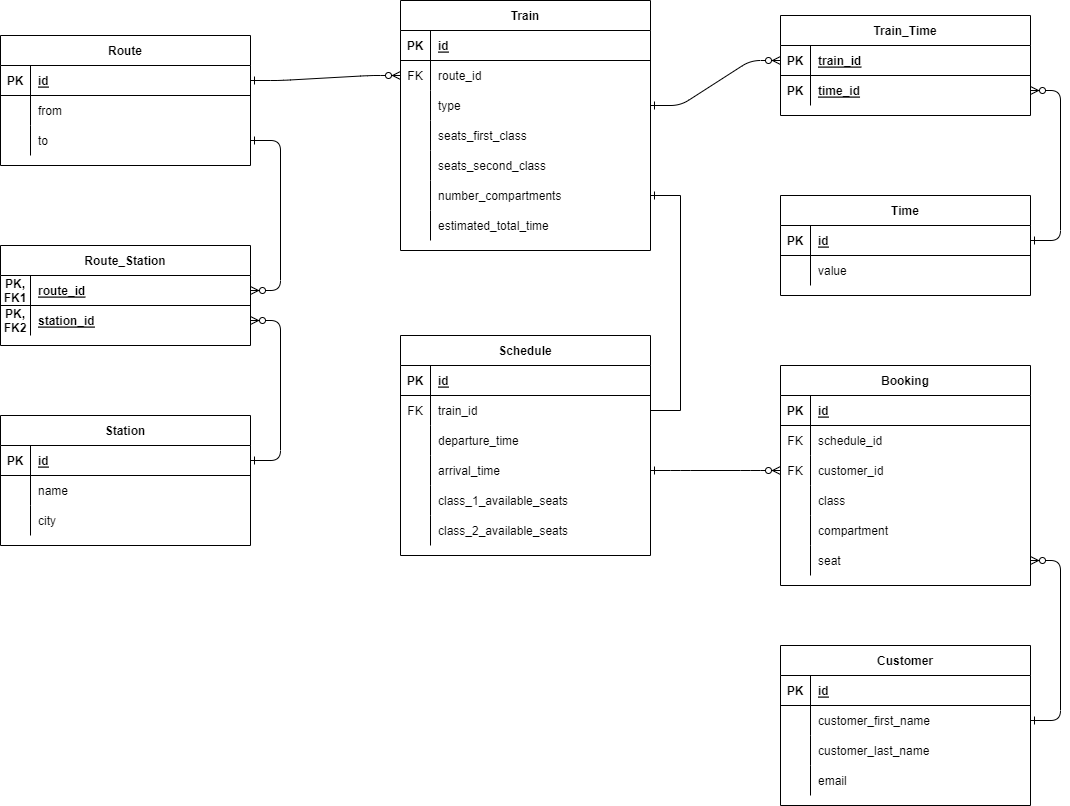
Before: diagrams/railways.png, a diagram exported from draw.io (DiaconuAndr3i/RailwaysManagementSystem). Source tidied: cells renumbered, new cells last; positions are measured from the earlier drawing's top-left corner, leaving out a move shared by most shapes.
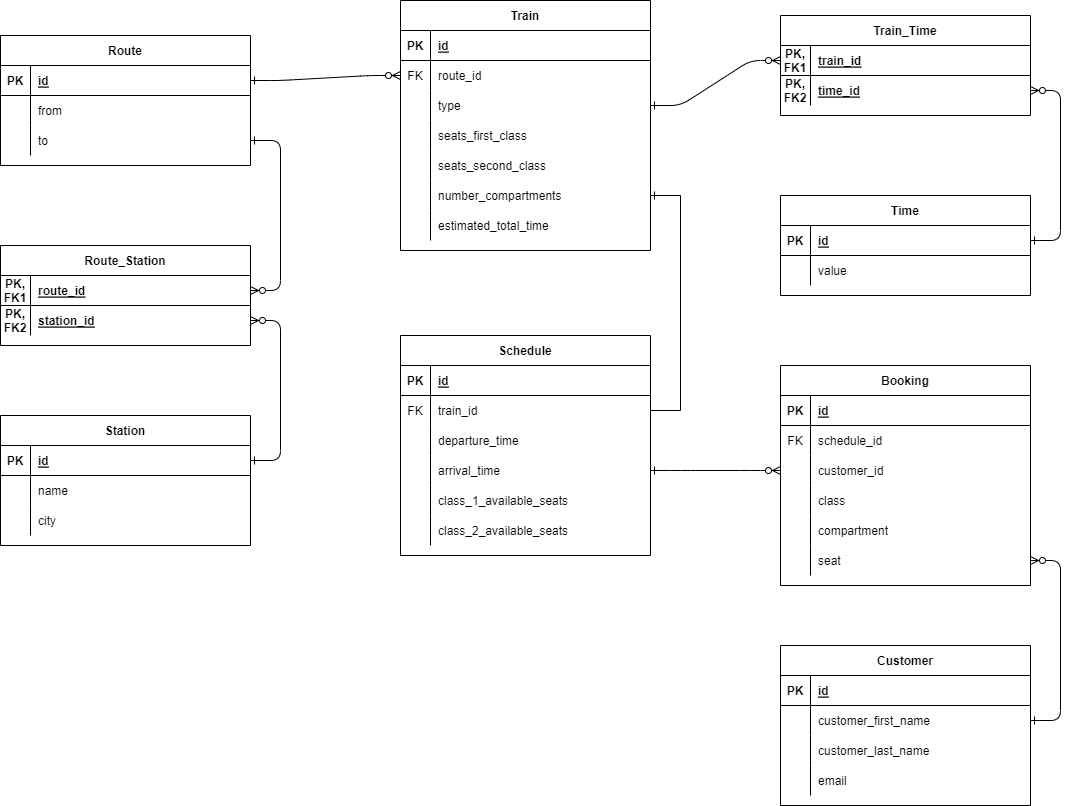
After the commit.

Diff of the diagram source:
```diff
@@ -179,7 +179,7 @@
     <mxCell id="58" style="shape=partialRectangle;fillColor=none;points=[[0,0.5],[1,0.5]];portConstraint=eastwest;top=0;left=0;right=0;bottom=0;" parent="51" vertex="1">
       <mxGeometry y="90" width="250" height="30" as="geometry" />
     </mxCell>
-    <mxCell id="59" value="FK" style="shape=partialRectangle;overflow=hidden;fillColor=none;top=0;left=0;bottom=0;right=0;" parent="58" vertex="1">
+    <mxCell id="59" style="shape=partialRectangle;overflow=hidden;fillColor=none;top=0;left=0;bottom=0;right=0;" parent="58" vertex="1">
       <mxGeometry width="30" height="30" as="geometry" />
     </mxCell>
     <mxCell id="60" value="customer_id" style="shape=partialRectangle;overflow=hidden;fillColor=none;top=0;left=0;bottom=0;right=0;align=left;spacingLeft=6;" parent="58" vertex="1">
@@ -313,7 +313,7 @@
     <mxCell id="102" style="shape=partialRectangle;fillColor=none;points=[[0,0.5],[1,0.5]];portConstraint=eastwest;top=0;left=0;right=0;bottom=1;" parent="101" vertex="1">
       <mxGeometry y="30" width="250" height="30" as="geometry" />
     </mxCell>
-    <mxCell id="103" value="PK" style="shape=partialRectangle;overflow=hidden;fillColor=none;top=0;left=0;bottom=0;right=0;fontStyle=1;" parent="102" vertex="1">
+    <mxCell id="103" value="PK,&#10;FK1" style="shape=partialRectangle;overflow=hidden;fillColor=none;top=0;left=0;bottom=0;right=0;fontStyle=1;" parent="102" vertex="1">
       <mxGeometry width="30" height="30" as="geometry" />
     </mxCell>
     <mxCell id="104" value="train_id" style="shape=partialRectangle;overflow=hidden;fillColor=none;top=0;left=0;bottom=0;right=0;align=left;spacingLeft=6;fontStyle=5;" parent="102" vertex="1">
@@ -322,7 +322,7 @@
     <mxCell id="105" style="shape=partialRectangle;fillColor=none;points=[[0,0.5],[1,0.5]];portConstraint=eastwest;top=0;left=0;right=0;bottom=0;" parent="101" vertex="1">
       <mxGeometry y="60" width="250" height="30" as="geometry" />
     </mxCell>
-    <mxCell id="106" value="PK" style="shape=partialRectangle;overflow=hidden;fillColor=none;top=0;left=0;bottom=0;right=0;fontStyle=1;" parent="105" vertex="1">
+    <mxCell id="106" value="PK,&#10;FK2" style="shape=partialRectangle;overflow=hidden;fillColor=none;top=0;left=0;bottom=0;right=0;fontStyle=1;" parent="105" vertex="1">
       <mxGeometry width="30" height="30" as="geometry" />
     </mxCell>
     <mxCell id="107" value="time_id" style="shape=partialRectangle;overflow=hidden;fillColor=none;top=0;left=0;bottom=0;right=0;align=left;spacingLeft=6;fontStyle=5;" parent="105" vertex="1">
```
